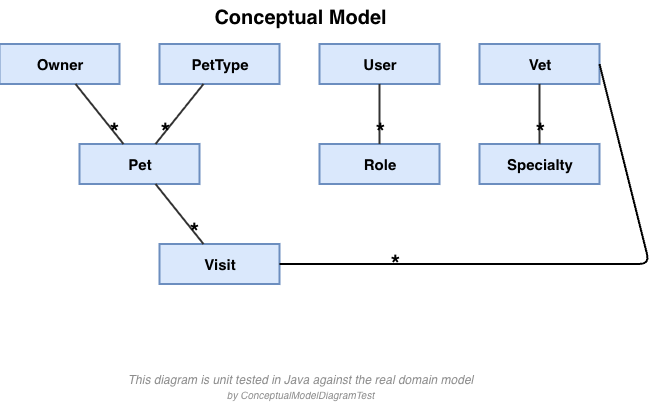
victorrentea/petclinic keeps this draw.io diagram as petclinic-backend/docs/ConceptualModel.drawio.png. Above is the earlier version. Source tidied: cells renumbered, new cells last; positions are measured from the earlier drawing's top-left corner, leaving out a move shared by most shapes.
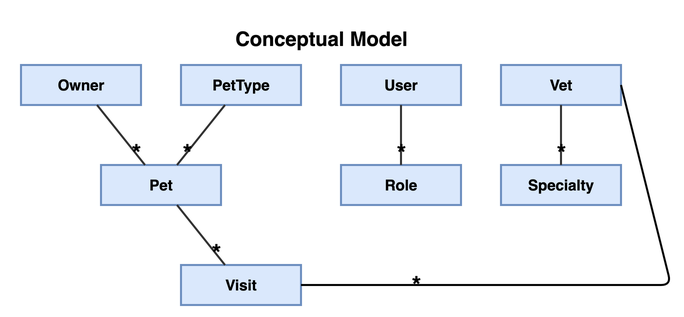
After the commit.

Commit message:
docs: drop the footer that says the map is unit tested

Change to the diagram source:
```diff
@@ -69,8 +69,5 @@
     <mxCell id="22" value="*" style="edgeLabel;html=1;align=center;verticalAlign=middle;fontSize=24;fontStyle=1;labelBackgroundColor=none;" parent="21" vertex="1">
       <mxGeometry x="0.6" relative="1" as="geometry" />
     </mxCell>
-    <mxCell id="23" value="This diagram is unit tested in Java against the real domain model&lt;br&gt;&lt;font style=&quot;font-size: 10px&quot;&gt;by ConceptualModelDiagramTest&lt;/font&gt;" style="text;html=1;fontSize=12;fontStyle=2;align=center;verticalAlign=middle;fontColor=#8C8C8C;" parent="1" vertex="1">
-      <mxGeometry y="370" width="600" height="36" as="geometry" />
-    </mxCell>
   </root>
 </mxGraphModel>
```
